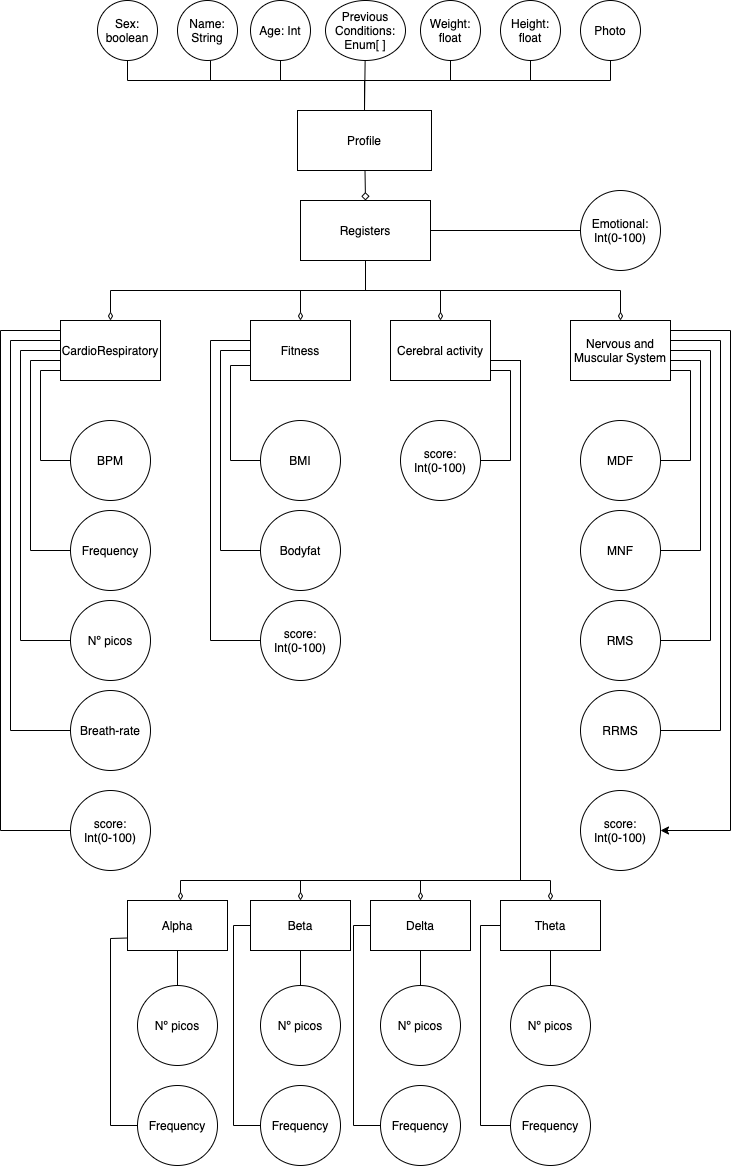
Above: files/domain/domain.png in miquelroq/CHECKapp (draw.io), before the change. Source tidied: cells renumbered, new cells last; positions are measured from the earlier drawing's top-left corner, leaving out a move shared by most shapes.
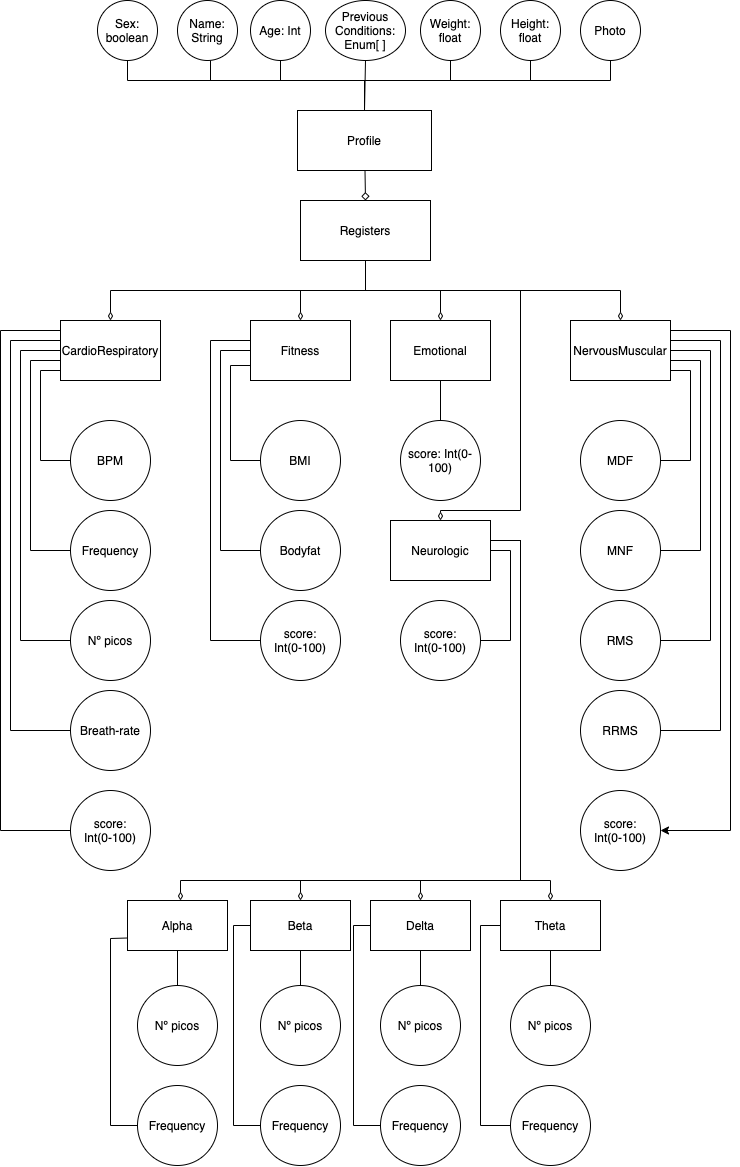
After the change.

What changed in the source:
```diff
@@ -90,14 +90,16 @@
         </Array>
       </mxGeometry>
     </mxCell>
-    <mxCell id="18" style="edgeStyle=none;rounded=0;jettySize=auto;html=1;entryX=0;entryY=0.5;entryDx=0;entryDy=0;endArrow=none;endFill=0;exitX=1;exitY=0.5;exitDx=0;exitDy=0;exitPerimeter=0;" parent="1" edge="1" source="22" target="50">
+    <mxCell id="18" style="edgeStyle=none;rounded=0;jettySize=auto;html=1;entryX=0.5;entryY=0;entryDx=0;entryDy=0;endArrow=none;endFill=0;exitX=0.5;exitY=1;exitDx=0;exitDy=0;" parent="1" edge="1" source="85" target="50">
       <mxGeometry relative="1" as="geometry" />
     </mxCell>
     <mxCell id="19" style="edgeStyle=orthogonalEdgeStyle;rounded=0;jettySize=auto;html=1;entryX=0.5;entryY=0;entryDx=0;entryDy=0;endArrow=diamondThin;endFill=0;exitX=0.5;exitY=1;exitDx=0;exitDy=0;" parent="1" edge="1" source="22" target="34">
       <mxGeometry relative="1" as="geometry">
         <Array as="points">
           <mxPoint x="365" y="290" />
-          <mxPoint x="440" y="290" />
+          <mxPoint x="520" y="290" />
+          <mxPoint x="520" y="510" />
+          <mxPoint x="440" y="510" />
         </Array>
       </mxGeometry>
     </mxCell>
@@ -107,6 +109,9 @@
     <mxCell id="21" style="edgeStyle=orthogonalEdgeStyle;rounded=0;jettySize=auto;html=1;entryX=0.5;entryY=0;entryDx=0;entryDy=0;endArrow=diamondThin;endFill=0;exitX=0.5;exitY=1;exitDx=0;exitDy=0;" parent="1" edge="1" source="22" target="44">
       <mxGeometry relative="1" as="geometry" />
     </mxCell>
+    <mxCell id="84" style="edgeStyle=orthogonalEdgeStyle;rounded=0;jettySize=auto;html=1;endArrow=diamondThin;endFill=0;" parent="1" edge="1" source="22" target="85">
+      <mxGeometry relative="1" as="geometry" />
+    </mxCell>
     <mxCell id="22" value="Registers" style="rounded=0;whiteSpace=wrap;html=1;" parent="1" vertex="1">
       <mxGeometry x="300" y="200" width="130" height="60" as="geometry" />
     </mxCell>
@@ -160,7 +165,7 @@
     <mxCell id="29" style="edgeStyle=orthogonalEdgeStyle;rounded=0;jettySize=auto;html=1;entryX=0.5;entryY=0;entryDx=0;entryDy=0;endArrow=diamondThin;endFill=0;" parent="1" edge="1" source="34" target="60">
       <mxGeometry relative="1" as="geometry">
         <Array as="points">
-          <mxPoint x="520" y="360" />
+          <mxPoint x="520" y="540" />
           <mxPoint x="520" y="880" />
           <mxPoint x="300" y="880" />
         </Array>
@@ -169,8 +174,8 @@
     <mxCell id="30" style="edgeStyle=orthogonalEdgeStyle;rounded=0;jettySize=auto;html=1;entryX=0.5;entryY=0;entryDx=0;entryDy=0;endArrow=diamondThin;endFill=0;exitX=1;exitY=0.75;exitDx=0;exitDy=0;" parent="1" edge="1" source="34" target="62">
       <mxGeometry relative="1" as="geometry">
         <Array as="points">
-          <mxPoint x="490" y="360" />
-          <mxPoint x="520" y="360" />
+          <mxPoint x="490" y="540" />
+          <mxPoint x="520" y="540" />
           <mxPoint x="520" y="880" />
           <mxPoint x="420" y="880" />
         </Array>
@@ -179,8 +184,8 @@
     <mxCell id="31" style="edgeStyle=orthogonalEdgeStyle;rounded=0;jettySize=auto;html=1;entryX=0.5;entryY=0;entryDx=0;entryDy=0;endArrow=diamondThin;endFill=0;exitX=1;exitY=0.75;exitDx=0;exitDy=0;startArrow=none;startFill=0;" parent="1" edge="1" source="34" target="61">
       <mxGeometry relative="1" as="geometry">
         <Array as="points">
-          <mxPoint x="490" y="360" />
-          <mxPoint x="520" y="360" />
+          <mxPoint x="490" y="540" />
+          <mxPoint x="520" y="540" />
           <mxPoint x="520" y="880" />
           <mxPoint x="550" y="880" />
         </Array>
@@ -189,7 +194,7 @@
     <mxCell id="32" style="edgeStyle=orthogonalEdgeStyle;rounded=0;jettySize=auto;html=1;endArrow=diamondThin;endFill=0;" parent="1" edge="1" source="34" target="58">
       <mxGeometry relative="1" as="geometry">
         <Array as="points">
-          <mxPoint x="520" y="360" />
+          <mxPoint x="520" y="540" />
           <mxPoint x="520" y="880" />
           <mxPoint x="180" y="880" />
         </Array>
@@ -198,13 +203,13 @@
     <mxCell id="33" style="edgeStyle=orthogonalEdgeStyle;rounded=0;jettySize=auto;html=1;entryX=1;entryY=0.5;entryDx=0;entryDy=0;endArrow=none;endFill=0;" parent="1" edge="1" source="34" target="82">
       <mxGeometry relative="1" as="geometry">
         <Array as="points">
-          <mxPoint x="510" y="370" />
-          <mxPoint x="510" y="460" />
+          <mxPoint x="510" y="550" />
+          <mxPoint x="510" y="640" />
         </Array>
       </mxGeometry>
     </mxCell>
-    <mxCell id="34" value="Cerebral activity" style="rounded=0;whiteSpace=wrap;html=1;" parent="1" vertex="1">
-      <mxGeometry x="390" y="320" width="100" height="60" as="geometry" />
+    <mxCell id="34" value="Neurologic" style="rounded=0;whiteSpace=wrap;html=1;" parent="1" vertex="1">
+      <mxGeometry x="390" y="520" width="100" height="60" as="geometry" />
     </mxCell>
     <mxCell id="35" style="edgeStyle=orthogonalEdgeStyle;rounded=0;jettySize=auto;html=1;entryX=1;entryY=0.5;entryDx=0;entryDy=0;startArrow=none;startFill=0;endArrow=none;endFill=0;strokeWidth=1;exitX=1;exitY=0.75;exitDx=0;exitDy=0;" parent="1" edge="1" source="40" target="75">
       <mxGeometry relative="1" as="geometry">
@@ -249,7 +254,7 @@
         </Array>
       </mxGeometry>
     </mxCell>
-    <mxCell id="40" value="Nervous and Muscular System" style="rounded=0;whiteSpace=wrap;html=1;" parent="1" vertex="1">
+    <mxCell id="40" value="NervousMuscular" style="rounded=0;whiteSpace=wrap;html=1;" parent="1" vertex="1">
       <mxGeometry x="570" y="320" width="100" height="60" as="geometry" />
     </mxCell>
     <mxCell id="41" style="edgeStyle=none;rounded=0;jettySize=auto;html=1;entryX=0;entryY=0.5;entryDx=0;entryDy=0;endArrow=none;endFill=0;exitX=0;exitY=0.75;exitDx=0;exitDy=0;" parent="1" edge="1" source="44" target="52">
@@ -297,8 +302,8 @@
     <mxCell id="49" value="Nº picos" style="ellipse;whiteSpace=wrap;html=1;" parent="1" vertex="1">
       <mxGeometry x="70" y="600" width="80" height="80" as="geometry" />
     </mxCell>
-    <mxCell id="50" value="Emotional: Int(0-100)" style="ellipse;whiteSpace=wrap;html=1;" parent="1" vertex="1">
-      <mxGeometry x="580" y="190" width="80" height="80" as="geometry" />
+    <mxCell id="50" value="score: Int(0-100)" style="ellipse;whiteSpace=wrap;html=1;" parent="1" vertex="1">
+      <mxGeometry x="400" y="420" width="80" height="80" as="geometry" />
     </mxCell>
     <mxCell id="51" value="Breath-rate" style="ellipse;whiteSpace=wrap;html=1;" parent="1" vertex="1">
       <mxGeometry x="70" y="690" width="80" height="80" as="geometry" />
@@ -414,10 +419,13 @@
       <mxGeometry x="260" y="600" width="80" height="80" as="geometry" />
     </mxCell>
     <mxCell id="82" value="score:&lt;br&gt;Int(0-100)" style="ellipse;whiteSpace=wrap;html=1;" parent="1" vertex="1">
-      <mxGeometry x="400" y="420" width="80" height="80" as="geometry" />
+      <mxGeometry x="400" y="600" width="80" height="80" as="geometry" />
     </mxCell>
     <mxCell id="83" value="score:&lt;br&gt;Int(0-100)" style="ellipse;whiteSpace=wrap;html=1;" parent="1" vertex="1">
       <mxGeometry x="580" y="790" width="80" height="80" as="geometry" />
     </mxCell>
+    <mxCell id="85" value="Emotional" style="rounded=0;whiteSpace=wrap;html=1;" parent="1" vertex="1">
+      <mxGeometry x="390" y="320" width="100" height="60" as="geometry" />
+    </mxCell>
   </root>
 </mxGraphModel>
```
